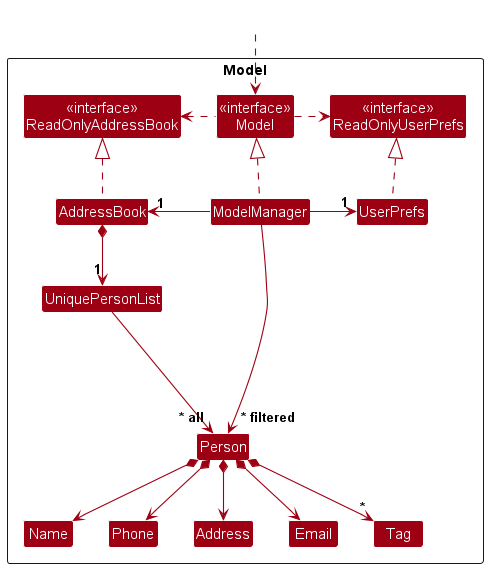
This is docs/images/ModelClassDiagram.png from nus-cs2103-AY2425S1/tp, a PlantUML export, as it was before one commit.
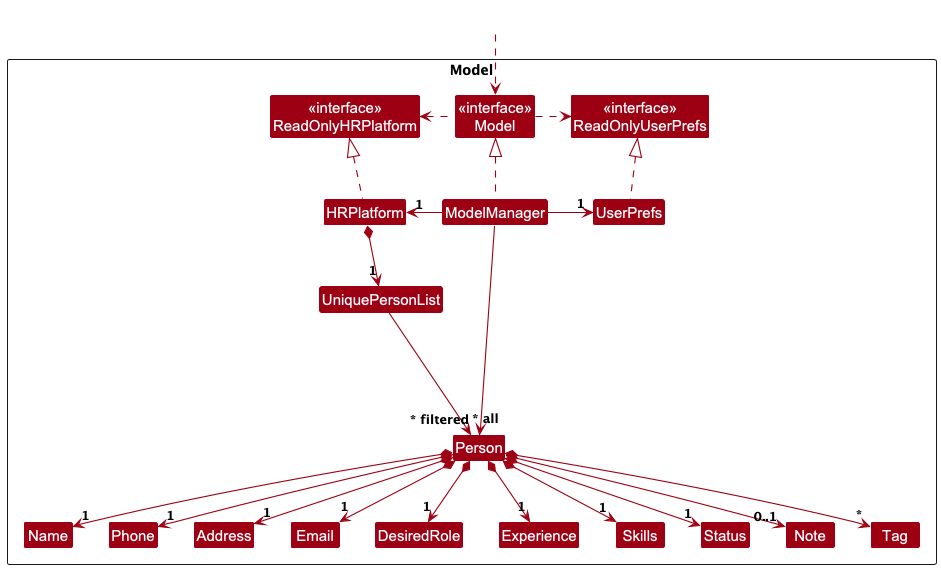
Above is the later version.

Commit message:
Update model section of developer guide

The edit, as a diff of the source:
```diff
@@ -5,10 +5,10 @@
 skinparam classBackgroundColor MODEL_COLOR
 
 Package Model as ModelPackage <<Rectangle>>{
-Class "<<interface>>\nReadOnlyAddressBook" as ReadOnlyAddressBook
+Class "<<interface>>\nReadOnlyHRPlatform" as ReadOnlyHRPlatform
 Class "<<interface>>\nReadOnlyUserPrefs" as ReadOnlyUserPrefs
 Class "<<interface>>\nModel" as Model
-Class AddressBook
+Class HRPlatform
 Class ModelManager
 Class UserPrefs
 
@@ -18,6 +18,11 @@
 Class Email
 Class Name
 Class Phone
+Class DesiredRole
+Class Experience
+Class Skills
+Class Status
+Class Note
 Class Tag
 
 Class I #FFFFFF
@@ -26,21 +31,26 @@
 Class HiddenOutside #FFFFFF
 HiddenOutside ..> Model
 
-AddressBook .up.|> ReadOnlyAddressBook
+HRPlatform .up.|> ReadOnlyHRPlatform
 
 ModelManager .up.|> Model
 Model .right.> ReadOnlyUserPrefs
-Model .left.> ReadOnlyAddressBook
-ModelManager -left-> "1" AddressBook
+Model .left.> ReadOnlyHRPlatform
+ModelManager -left-> "1" HRPlatform
 ModelManager -right-> "1" UserPrefs
 UserPrefs .up.|> ReadOnlyUserPrefs
 
-AddressBook *--> "1" UniquePersonList
+HRPlatform *--> "1" UniquePersonList
 UniquePersonList --> "~* all" Person
-Person *--> Name
-Person *--> Phone
-Person *--> Email
-Person *--> Address
+Person *--> "1" Name
+Person *--> "1" Phone
+Person *--> "1" Email
+Person *--> "1" Address
+Person *--> "1" DesiredRole
+Person *--> "1" Experience
+Person *--> "1" Skills
+Person *--> "1" Status
+Person *--> "0..1" Note
 Person *--> "*" Tag
 
 Person -[hidden]up--> I
```
